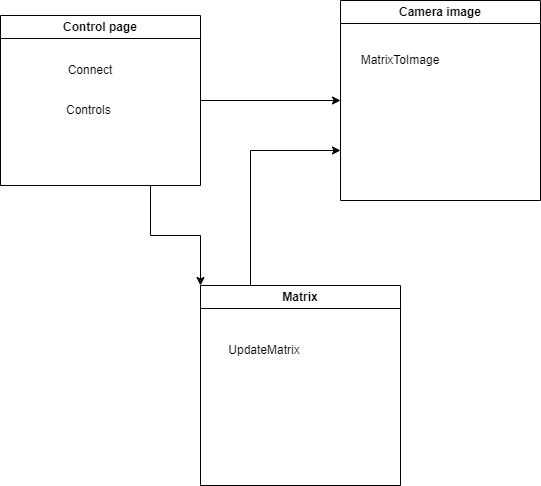
Earlier version of the draw.io export osztalyDiagram.drawio.png (JBLogistic/Licence_Exam). Source tidied: cells renumbered, new cells last; positions are measured from the earlier drawing's top-left corner, leaving out a move shared by most shapes.
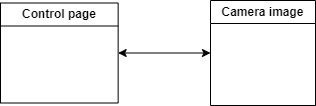
Above is the later version.

What changed in the source:
```diff
@@ -2,35 +2,14 @@
   <root>
     <mxCell id="0" />
     <mxCell id="1" parent="0" />
+    <mxCell id="4" value="Control page" style="swimlane;whiteSpace=wrap;html=1;startSize=23;" parent="1" vertex="1">
+      <mxGeometry x="130" y="2.5" width="117.7" height="100" as="geometry" />
+    </mxCell>
+    <mxCell id="7" value="Camera image" style="swimlane;whiteSpace=wrap;html=1;" parent="1" vertex="1">
+      <mxGeometry x="340" width="105" height="105" as="geometry" />
+    </mxCell>
-    <mxCell id="2" style="edgeStyle=orthogonalEdgeStyle;rounded=0;jettySize=auto;html=1;exitX=1;exitY=0.5;exitDx=0;exitDy=0;entryX=0;entryY=0.5;entryDx=0;entryDy=0;" parent="1" edge="1" source="4" target="7">
+    <mxCell id="2" style="endArrow=classic;startArrow=classic;html=1;rounded=0;entryX=0;entryY=0.5;entryDx=0;entryDy=0;exitX=1;exitY=0.5;exitDx=0;exitDy=0;" parent="1" edge="1" source="4" target="7">
       <mxGeometry relative="1" as="geometry" />
     </mxCell>
-    <mxCell id="3" style="edgeStyle=orthogonalEdgeStyle;rounded=0;jettySize=auto;html=1;exitX=0.75;exitY=1;exitDx=0;exitDy=0;entryX=0;entryY=0;entryDx=0;entryDy=0;" parent="1" edge="1" source="4" target="10">
-      <mxGeometry relative="1" as="geometry" />
-    </mxCell>
-    <mxCell id="4" value="Control page" style="swimlane;whiteSpace=wrap;html=1;startSize=23;" parent="1" vertex="1">
-      <mxGeometry y="15" width="200" height="170" as="geometry" />
-    </mxCell>
-    <mxCell id="5" value="Connect" style="text;html=1;strokeColor=none;fillColor=none;align=center;verticalAlign=middle;whiteSpace=wrap;rounded=0;" parent="4" vertex="1">
-      <mxGeometry x="60" y="40" width="60" height="30" as="geometry" />
-    </mxCell>
-    <mxCell id="6" value="Controls&amp;nbsp;" style="text;html=1;strokeColor=none;fillColor=none;align=center;verticalAlign=middle;whiteSpace=wrap;rounded=0;" parent="4" vertex="1">
-      <mxGeometry x="60" y="80" width="60" height="30" as="geometry" />
-    </mxCell>
-    <mxCell id="7" value="Camera image" style="swimlane;whiteSpace=wrap;html=1;" parent="1" vertex="1">
-      <mxGeometry x="340" width="200" height="200" as="geometry" />
-    </mxCell>
-    <mxCell id="8" value="MatrixToImage" style="text;html=1;strokeColor=none;fillColor=none;align=center;verticalAlign=middle;whiteSpace=wrap;rounded=0;" parent="7" vertex="1">
-      <mxGeometry x="30" y="45" width="60" height="30" as="geometry" />
-    </mxCell>
-    <mxCell id="9" style="edgeStyle=orthogonalEdgeStyle;rounded=0;jettySize=auto;html=1;exitX=0.25;exitY=0;exitDx=0;exitDy=0;entryX=0;entryY=0.75;entryDx=0;entryDy=0;" parent="1" edge="1" source="10" target="7">
-      <mxGeometry relative="1" as="geometry" />
-    </mxCell>
-    <mxCell id="10" value="Matrix" style="swimlane;whiteSpace=wrap;html=1;" parent="1" vertex="1">
-      <mxGeometry x="200" y="285" width="200" height="200" as="geometry" />
-    </mxCell>
-    <mxCell id="11" value="UpdateMatrix" style="text;html=1;strokeColor=none;fillColor=none;align=center;verticalAlign=middle;whiteSpace=wrap;rounded=0;" parent="10" vertex="1">
-      <mxGeometry x="34" y="50" width="60" height="30" as="geometry" />
-    </mxCell>
   </root>
 </mxGraphModel>
```
